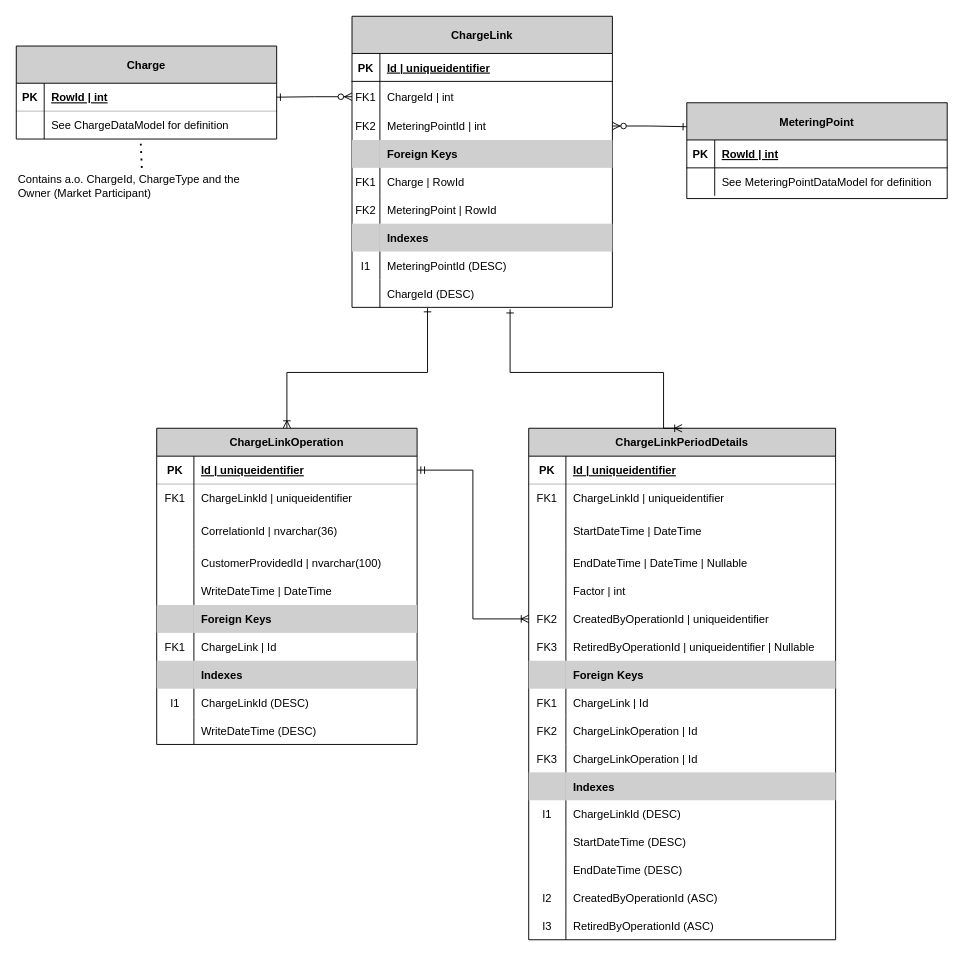
Before: docs/data-models/ChargeLinkDataModel.drawio in Energinet-DataHub/ARCHIVED-geh-charges, a draw.io diagram. Source tidied: cells renumbered, new cells numbered last; positions are measured from the earlier drawing's top-left corner, leaving out a move shared by most shapes. Both pictures are drawn from the tidied source at 93%, with x=0, y=0 at pixel (16, 16).
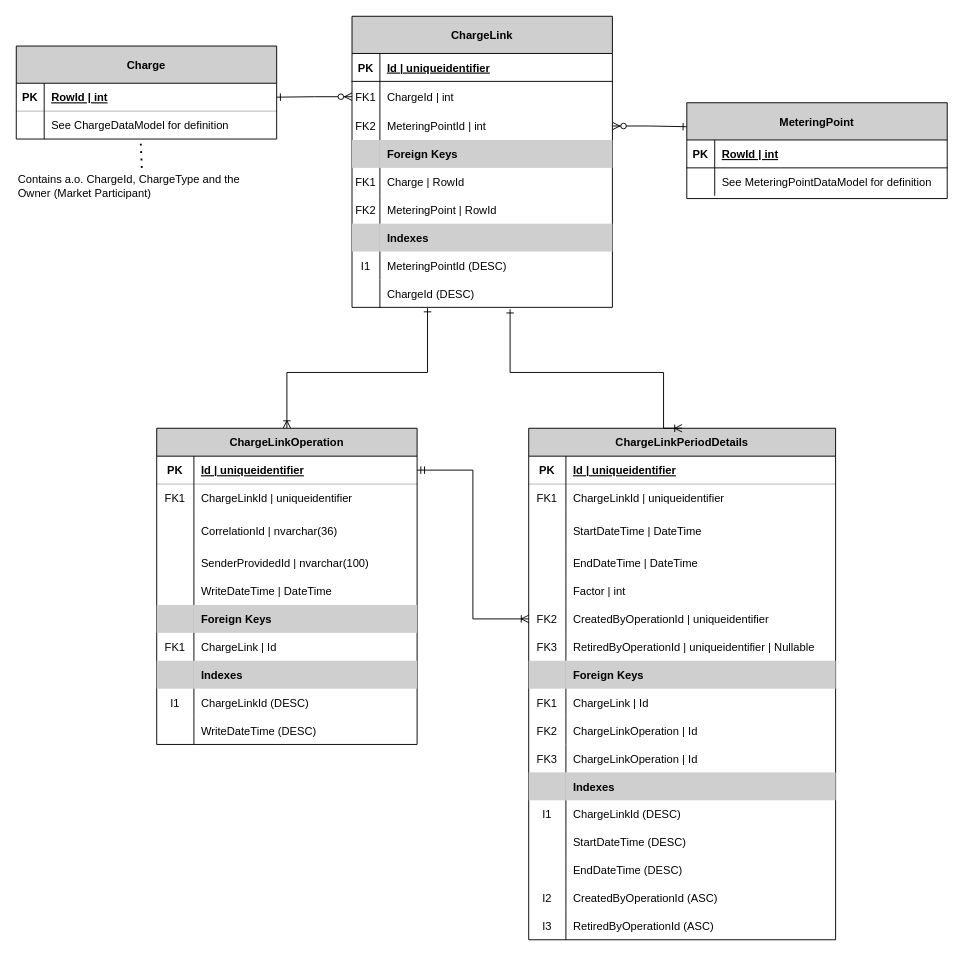
Above is the later version.

Commit message (it also covers changes not shown here):
RenameToSenderProvidedId_RemoveNullableEndDateTime

The change refers to these unchanged cells:
```xml
<mxCell id="42" style="shape=partialRectangle;fillColor=none;top=0;left=0;bottom=0;right=0;textOpacity=30;opacity=30;" parent="32" vertex="1">
  <mxGeometry y="130" width="280" height="30" as="geometry" />
</mxCell>
<mxCell id="88" style="shape=partialRectangle;fillColor=none;top=0;left=0;bottom=0;right=0;textOpacity=30;opacity=30;" parent="78" vertex="1">
  <mxGeometry y="130" width="330" height="30" as="geometry" />
</mxCell>
```

The edit, as a diff of the source:
```diff
@@
-    <mxCell id="44" value="CustomerProvidedId | nvarchar(100)" style="shape=partialRectangle;fillColor=none;top=0;left=0;bottom=0;right=0;align=left;spacingLeft=6;overflow=hidden;opacity=30;" parent="42" vertex="1">
+    <mxCell id="44" value="SenderProvidedId | nvarchar(100)" style="shape=partialRectangle;fillColor=none;top=0;left=0;bottom=0;right=0;align=left;spacingLeft=6;overflow=hidden;opacity=30;" parent="42" vertex="1">
       <mxGeometry x="40" width="240" height="30" as="geometry" />
     </mxCell>
@@
-    <mxCell id="90" value="EndDateTime | DateTime | Nullable" style="shape=partialRectangle;fillColor=none;top=0;left=0;bottom=0;right=0;align=left;spacingLeft=6;overflow=hidden;opacity=30;" parent="88" vertex="1">
+    <mxCell id="90" value="EndDateTime | DateTime" style="shape=partialRectangle;fillColor=none;top=0;left=0;bottom=0;right=0;align=left;spacingLeft=6;overflow=hidden;opacity=30;" parent="88" vertex="1">
       <mxGeometry x="40" width="290" height="30" as="geometry" />
     </mxCell>
```
